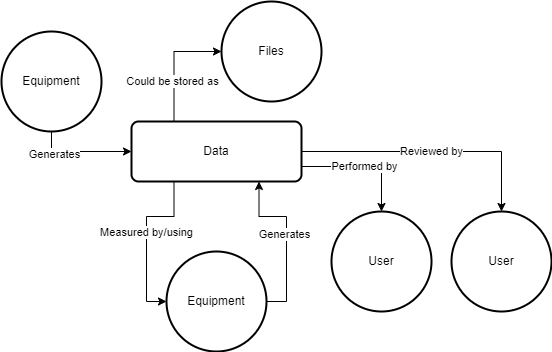
Before: docs/QuAAC_models.png, a diagram exported from draw.io (jrkerns/quaac). Source tidied: cells renumbered, new cells last; positions are measured from the earlier drawing's top-left corner, leaving out a move shared by most shapes.
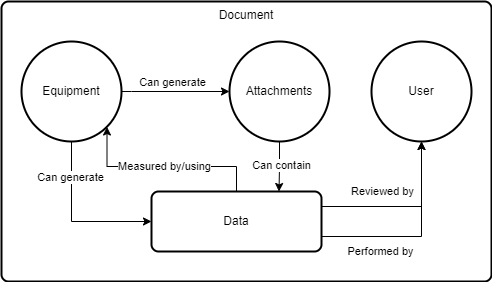
After the change.

Change to the diagram source:
```diff
@@ -2,51 +2,58 @@
   <root>
     <mxCell id="0" />
     <mxCell id="1" parent="0" />
+    <mxCell id="16" value="Document" style="rounded=1;whiteSpace=wrap;html=1;absoluteArcSize=1;arcSize=14;strokeWidth=2;verticalAlign=top;" parent="1" vertex="1">
+      <mxGeometry x="-20" y="-70" width="490" height="280" as="geometry" />
+    </mxCell>
     <mxCell id="2" style="edgeStyle=orthogonalEdgeStyle;rounded=0;jettySize=auto;html=1;entryX=0;entryY=0.5;entryDx=0;entryDy=0;exitX=0.5;exitY=1;exitDx=0;exitDy=0;exitPerimeter=0;" parent="1" edge="1" source="4" target="9">
       <mxGeometry relative="1" as="geometry" />
     </mxCell>
-    <mxCell id="3" value="Generates" style="edgeLabel;html=1;align=center;verticalAlign=middle;" parent="2" vertex="1">
+    <mxCell id="3" value="Can generate" style="edgeLabel;html=1;align=center;verticalAlign=middle;" parent="2" vertex="1">
       <mxGeometry x="-0.57" y="-2" relative="1" as="geometry" />
     </mxCell>
     <mxCell id="4" value="Equipment" style="strokeWidth=2;html=1;shape=mxgraph.flowchart.start_2;whiteSpace=wrap;" parent="1" vertex="1">
-      <mxGeometry y="30" width="100" height="100" as="geometry" />
+      <mxGeometry y="-30" width="100" height="100" as="geometry" />
     </mxCell>
-    <mxCell id="5" value="Measured by/using" style="edgeStyle=orthogonalEdgeStyle;rounded=0;jettySize=auto;html=1;exitX=0.25;exitY=1;exitDx=0;exitDy=0;entryX=0;entryY=0.5;entryDx=0;entryDy=0;entryPerimeter=0;" parent="1" edge="1" source="9" target="12">
-      <mxGeometry x="-0.07" relative="1" as="geometry" />
-    </mxCell>
-    <mxCell id="6" value="Performed by" style="edgeStyle=orthogonalEdgeStyle;rounded=0;jettySize=auto;html=1;exitX=1;exitY=0.75;exitDx=0;exitDy=0;entryX=0.5;entryY=0;entryDx=0;entryDy=0;entryPerimeter=0;" parent="1" edge="1" source="9" target="13">
-      <mxGeometry relative="1" as="geometry" />
+    <mxCell id="6" value="Performed by" style="edgeStyle=orthogonalEdgeStyle;rounded=0;jettySize=auto;html=1;exitX=1;exitY=0.75;exitDx=0;exitDy=0;entryX=0.5;entryY=1;entryDx=0;entryDy=0;entryPerimeter=0;" parent="1" edge="1" source="9" target="13">
+      <mxGeometry x="-0.39" y="-15" relative="1" as="geometry" />
     </mxCell>
-    <mxCell id="7" value="Reviewed by" style="edgeStyle=orthogonalEdgeStyle;rounded=0;jettySize=auto;html=1;exitX=1;exitY=0.5;exitDx=0;exitDy=0;entryX=0.5;entryY=0;entryDx=0;entryDy=0;entryPerimeter=0;" parent="1" edge="1" source="9" target="14">
-      <mxGeometry relative="1" as="geometry">
+    <mxCell id="7" value="Reviewed by" style="edgeStyle=orthogonalEdgeStyle;rounded=0;jettySize=auto;html=1;exitX=1;exitY=0.25;exitDx=0;exitDy=0;entryX=0.5;entryY=1;entryDx=0;entryDy=0;entryPerimeter=0;" parent="1" edge="1" source="9" target="13">
+      <mxGeometry x="-0.26" y="15" relative="1" as="geometry">
         <Array as="points">
-          <mxPoint x="500" y="150" />
+          <mxPoint x="400" y="135" />
         </Array>
       </mxGeometry>
     </mxCell>
-    <mxCell id="8" value="Could be stored as" style="edgeStyle=orthogonalEdgeStyle;rounded=0;jettySize=auto;html=1;exitX=0.25;exitY=0;exitDx=0;exitDy=0;entryX=0;entryY=0.5;entryDx=0;entryDy=0;entryPerimeter=0;" parent="1" edge="1" source="9" target="15">
-      <mxGeometry x="-0.32" y="2" relative="1" as="geometry" />
-    </mxCell>
     <mxCell id="9" value="Data" style="rounded=1;whiteSpace=wrap;html=1;absoluteArcSize=1;arcSize=14;strokeWidth=2;" parent="1" vertex="1">
       <mxGeometry x="130" y="120" width="170" height="60" as="geometry" />
     </mxCell>
-    <mxCell id="10" style="edgeStyle=orthogonalEdgeStyle;rounded=0;jettySize=auto;html=1;entryX=0.75;entryY=1;entryDx=0;entryDy=0;exitX=1;exitY=0.5;exitDx=0;exitDy=0;exitPerimeter=0;" parent="1" edge="1" source="12" target="9">
-      <mxGeometry relative="1" as="geometry" />
-    </mxCell>
-    <mxCell id="11" value="Generates" style="edgeLabel;html=1;align=center;verticalAlign=middle;" parent="10" vertex="1">
-      <mxGeometry x="0.05" y="3" relative="1" as="geometry" />
-    </mxCell>
-    <mxCell id="12" value="Equipment" style="strokeWidth=2;html=1;shape=mxgraph.flowchart.start_2;whiteSpace=wrap;" parent="1" vertex="1">
-      <mxGeometry x="165" y="250" width="100" height="100" as="geometry" />
-    </mxCell>
     <mxCell id="13" value="User" style="strokeWidth=2;html=1;shape=mxgraph.flowchart.start_2;whiteSpace=wrap;" parent="1" vertex="1">
-      <mxGeometry x="330" y="210" width="100" height="100" as="geometry" />
+      <mxGeometry x="350" y="-30" width="100" height="100" as="geometry" />
     </mxCell>
-    <mxCell id="14" value="User" style="strokeWidth=2;html=1;shape=mxgraph.flowchart.start_2;whiteSpace=wrap;" parent="1" vertex="1">
-      <mxGeometry x="450" y="210" width="100" height="100" as="geometry" />
-    </mxCell>
+    <mxCell id="17" style="edgeStyle=orthogonalEdgeStyle;rounded=0;jettySize=auto;html=1;exitX=0.5;exitY=1;exitDx=0;exitDy=0;exitPerimeter=0;entryX=0.75;entryY=0;entryDx=0;entryDy=0;" parent="1" edge="1" source="15" target="9">
+      <mxGeometry relative="1" as="geometry" />
+    </mxCell>
+    <mxCell id="18" value="Can contain" style="edgeLabel;html=1;align=center;verticalAlign=middle;" parent="17" vertex="1">
+      <mxGeometry x="-0.09" y="1" relative="1" as="geometry" />
+    </mxCell>
-    <mxCell id="15" value="Files" style="strokeWidth=2;html=1;shape=mxgraph.flowchart.start_2;whiteSpace=wrap;" parent="1" vertex="1">
-      <mxGeometry x="220" width="100" height="100" as="geometry" />
+    <mxCell id="15" value="Attachments" style="strokeWidth=2;html=1;shape=mxgraph.flowchart.start_2;whiteSpace=wrap;" parent="1" vertex="1">
+      <mxGeometry x="208" y="-30" width="100" height="100" as="geometry" />
     </mxCell>
+    <mxCell id="19" style="edgeStyle=orthogonalEdgeStyle;rounded=0;jettySize=auto;html=1;exitX=1;exitY=0.5;exitDx=0;exitDy=0;exitPerimeter=0;entryX=0;entryY=0.5;entryDx=0;entryDy=0;entryPerimeter=0;" parent="1" edge="1" source="4" target="15">
+      <mxGeometry relative="1" as="geometry">
+        <Array as="points">
+          <mxPoint x="110" y="20" />
+          <mxPoint x="110" y="20" />
+        </Array>
+      </mxGeometry>
+    </mxCell>
+    <mxCell id="20" value="Can generate" style="edgeLabel;html=1;align=center;verticalAlign=middle;" parent="19" vertex="1">
+      <mxGeometry x="0.16" y="2" relative="1" as="geometry">
+        <mxPoint x="-13" y="-8" as="offset" />
+      </mxGeometry>
+    </mxCell>
+    <mxCell id="5" value="Measured by/using" style="edgeStyle=orthogonalEdgeStyle;rounded=0;jettySize=auto;html=1;exitX=0.5;exitY=0;exitDx=0;exitDy=0;entryX=0.855;entryY=0.855;entryDx=0;entryDy=0;entryPerimeter=0;" parent="1" edge="1" source="9" target="4">
+      <mxGeometry relative="1" as="geometry" />
+    </mxCell>
   </root>
 </mxGraphModel>
```
